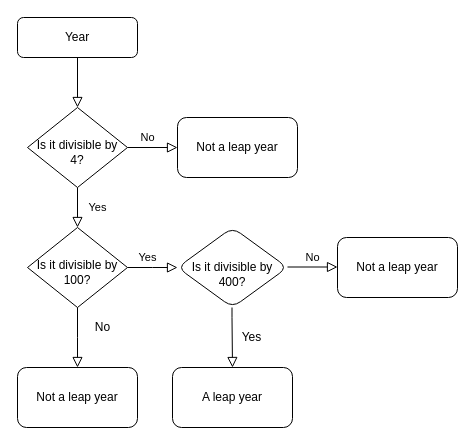
Before: CSS - My site/CSS - My Site Images/leapYear.drawio in stlan11/cv, a draw.io diagram. Source tidied: cells renumbered, new cells numbered last; positions are measured from the earlier drawing's top-left corner, leaving out a move shared by most shapes. Both pictures are drawn from the tidied source at 100%, with x=0, y=0 at pixel (17, 17).
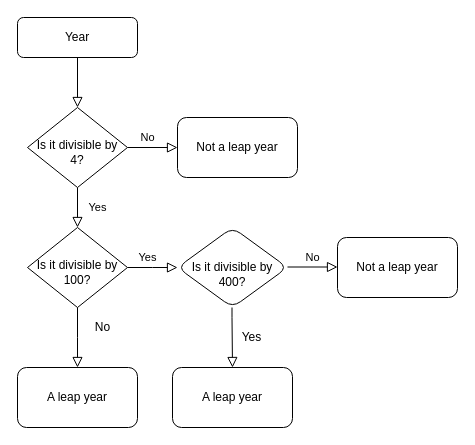
Above is the later version.

What changed in the source:
```diff
@@
-    <mxCell id="17" value="Not a leap year" style="whiteSpace=wrap;html=1;rounded=1;shadow=0;strokeWidth=1;glass=0;" parent="1" vertex="1">
+    <mxCell id="17" value="A leap year" style="whiteSpace=wrap;html=1;rounded=1;shadow=0;strokeWidth=1;glass=0;" parent="1" vertex="1">
       <mxGeometry y="350" width="120" height="60" as="geometry" />
     </mxCell>
```
